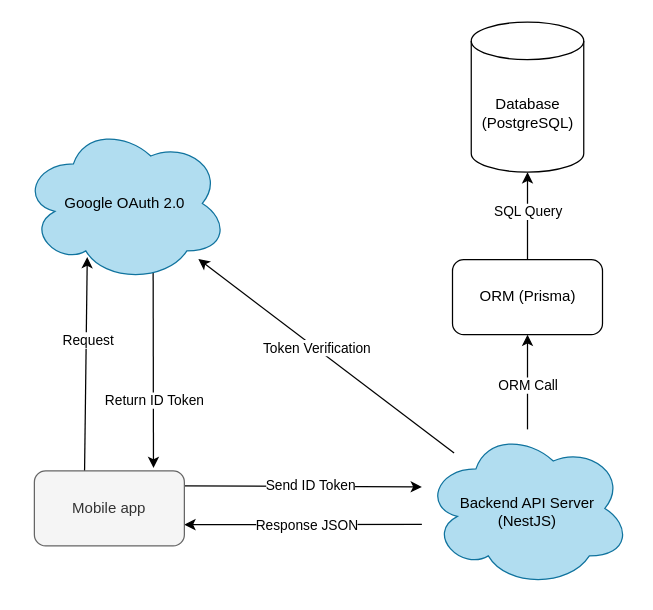
This is page "Google_Register" (1 of 2) of diagram/SystemArchitecture.drawio from TenNatthaphong/shakey_backend, a draw.io file, before an edit. Source tidied: cells renumbered, new cells numbered last; positions are measured from the earlier drawing's top-left corner, leaving out a move shared by most shapes. Both pictures are drawn from the tidied source at 125%, with x=0, y=0 at pixel (21, 21).
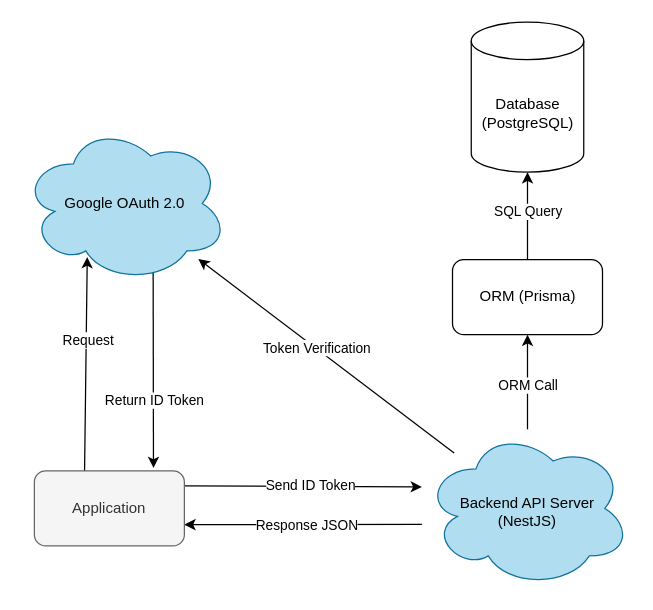
The same diagram, later.

Diff of the diagram source:
```diff
@@
-    <mxCell id="15" value="Mobile app" style="rounded=1;whiteSpace=wrap;html=1;fillStyle=auto;fontColor=#333333;fillColor=#f5f5f5;strokeColor=#666666;" parent="1" vertex="1">
+    <mxCell id="15" value="Application" style="rounded=1;whiteSpace=wrap;html=1;fillStyle=auto;fontColor=#333333;fillColor=#f5f5f5;strokeColor=#666666;" parent="1" vertex="1">
       <mxGeometry x="10" y="359.2" width="120" height="60" as="geometry" />
     </mxCell>
```
